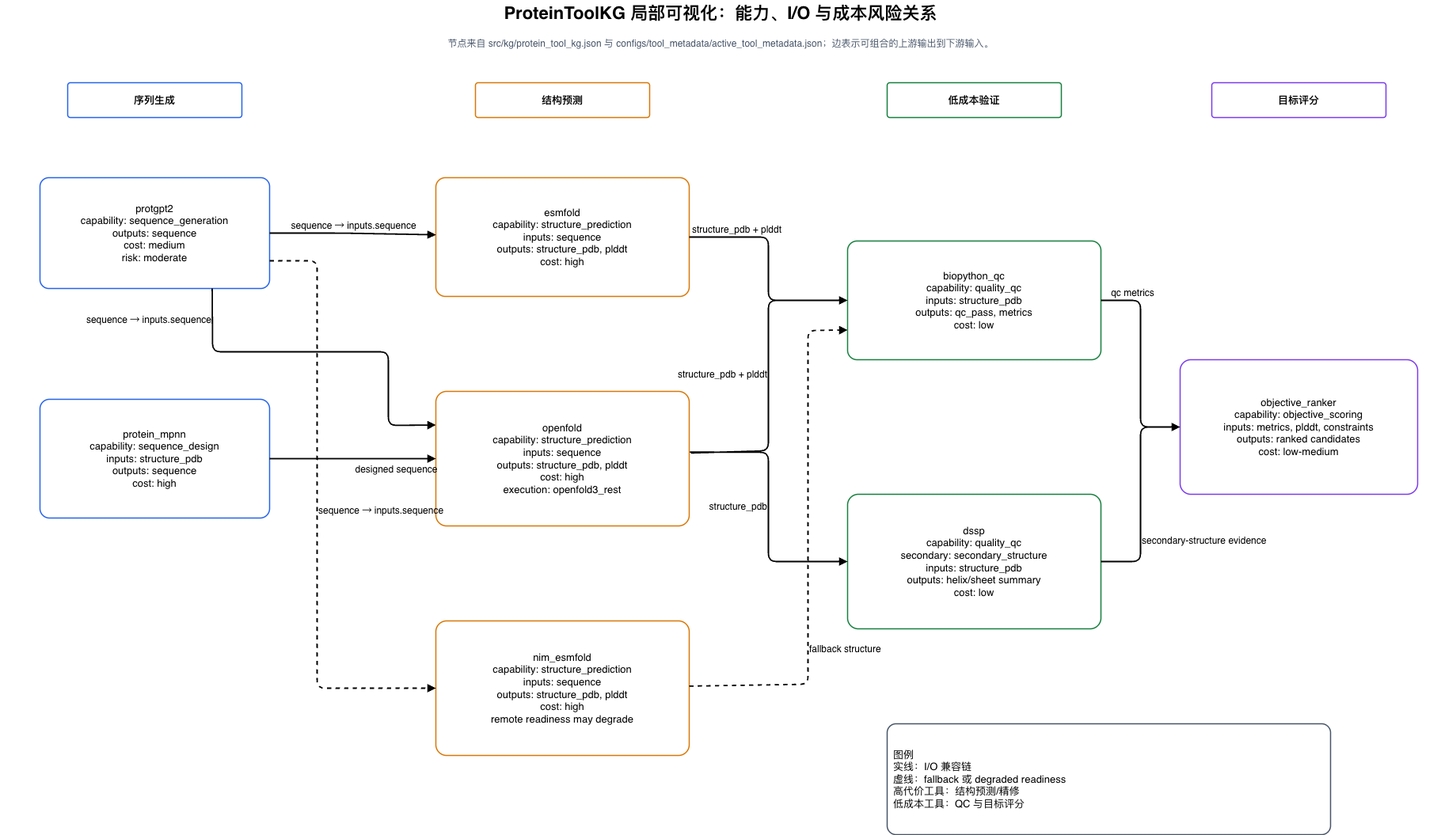
The draw.io diagram paper/figures/protein-toolkg-local-view.drawio.png in Yuri-Kon/thesis-project, before a commit. Source tidied: cells renumbered, new cells last; positions are measured from the earlier drawing's top-left corner, leaving out a move shared by most shapes.
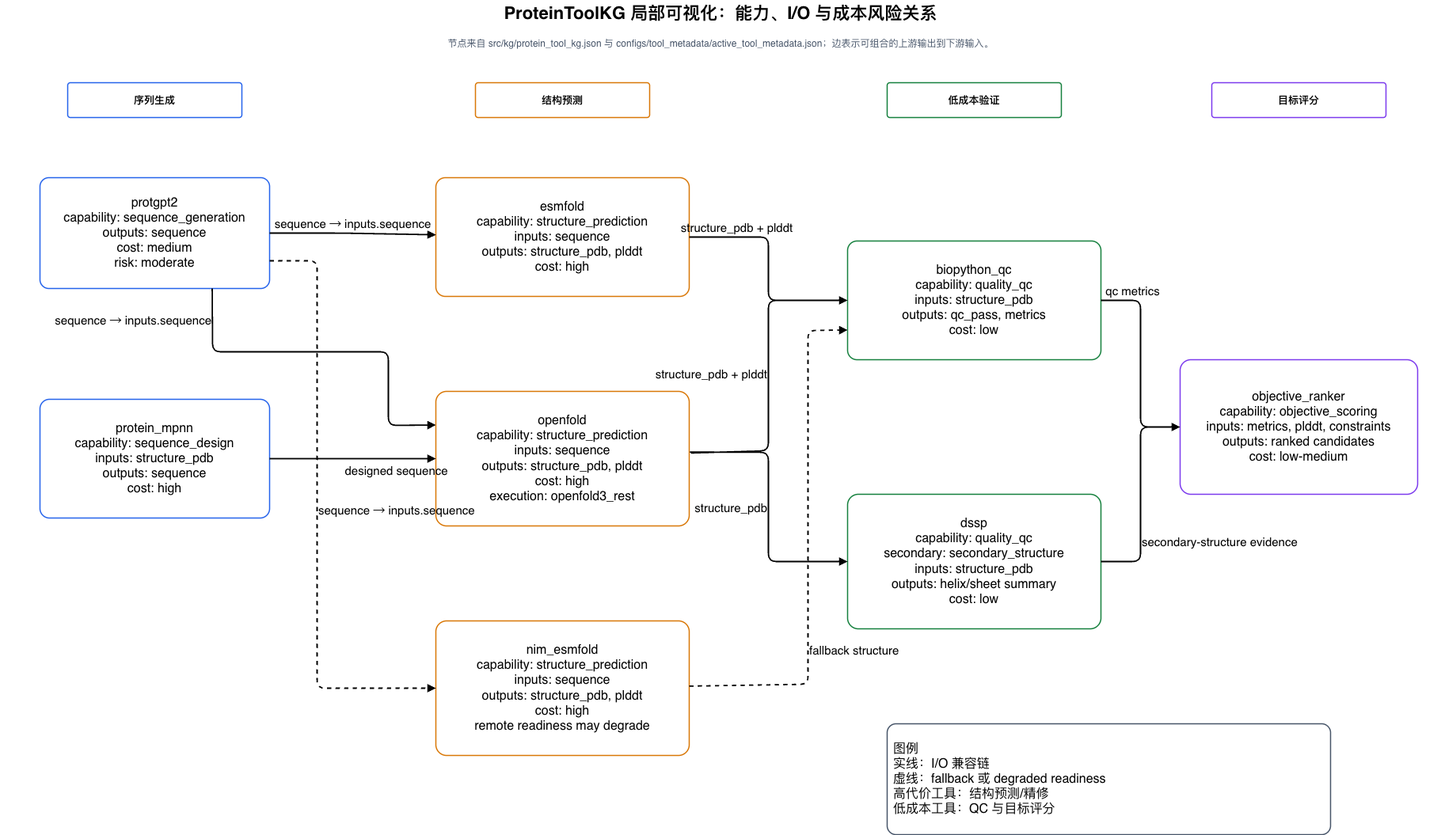
Above is the later version.

Diff of the diagram source:
```diff
@@ -20,38 +20,38 @@
     <mxCell id="7" value="目标评分" style="rounded=1;whiteSpace=wrap;html=1;arcSize=8;fillColor=#FFFFFF;strokeWidth=1.5;fontFamily=Helvetica;fontSize=13;align=center;verticalAlign=middle;spacing=8;strokeColor=#7C3AED;fontStyle=1;" parent="1" vertex="1">
       <mxGeometry x="1530" y="104" width="220" height="44" as="geometry" />
     </mxCell>
-    <mxCell id="8" value="protgpt2&lt;br&gt;capability: sequence_generation&lt;br&gt;outputs: sequence&lt;br&gt;cost: medium&lt;br&gt;risk: moderate" style="rounded=1;whiteSpace=wrap;html=1;arcSize=8;fillColor=#FFFFFF;strokeWidth=1.5;fontFamily=Helvetica;fontSize=13;align=center;verticalAlign=middle;spacing=8;strokeColor=#2563EB;" parent="1" vertex="1">
+    <mxCell id="8" value="protgpt2&lt;br&gt;capability: sequence_generation&lt;br&gt;outputs: sequence&lt;br&gt;cost: medium&lt;br&gt;risk: moderate" style="rounded=1;whiteSpace=wrap;html=1;arcSize=8;fillColor=#FFFFFF;strokeWidth=1.5;fontFamily=Helvetica;fontSize=16;align=center;verticalAlign=middle;spacing=8;strokeColor=#2563EB;" parent="1" vertex="1">
       <mxGeometry x="50" y="224" width="290" height="140" as="geometry" />
     </mxCell>
-    <mxCell id="9" value="protein_mpnn&lt;br&gt;capability: sequence_design&lt;br&gt;inputs: structure_pdb&lt;br&gt;outputs: sequence&lt;br&gt;cost: high" style="rounded=1;whiteSpace=wrap;html=1;arcSize=8;fillColor=#FFFFFF;strokeWidth=1.5;fontFamily=Helvetica;fontSize=13;align=center;verticalAlign=middle;spacing=8;strokeColor=#2563EB;" parent="1" vertex="1">
+    <mxCell id="9" value="protein_mpnn&lt;br&gt;capability: sequence_design&lt;br&gt;inputs: structure_pdb&lt;br&gt;outputs: sequence&lt;br&gt;cost: high" style="rounded=1;whiteSpace=wrap;html=1;arcSize=8;fillColor=#FFFFFF;strokeWidth=1.5;fontFamily=Helvetica;fontSize=16;align=center;verticalAlign=middle;spacing=8;strokeColor=#2563EB;" parent="1" vertex="1">
       <mxGeometry x="50" y="504" width="290" height="150" as="geometry" />
     </mxCell>
-    <mxCell id="10" value="esmfold&lt;br&gt;capability: structure_prediction&lt;br&gt;inputs: sequence&lt;br&gt;outputs: structure_pdb, plddt&lt;br&gt;cost: high" style="rounded=1;whiteSpace=wrap;html=1;arcSize=8;fillColor=#FFFFFF;strokeWidth=1.5;fontFamily=Helvetica;fontSize=13;align=center;verticalAlign=middle;spacing=8;strokeColor=#D97706;" parent="1" vertex="1">
+    <mxCell id="10" value="esmfold&lt;br&gt;capability: structure_prediction&lt;br&gt;inputs: sequence&lt;br&gt;outputs: structure_pdb, plddt&lt;br&gt;cost: high" style="rounded=1;whiteSpace=wrap;html=1;arcSize=8;fillColor=#FFFFFF;strokeWidth=1.5;fontFamily=Helvetica;fontSize=16;align=center;verticalAlign=middle;spacing=8;strokeColor=#D97706;" parent="1" vertex="1">
       <mxGeometry x="550" y="224" width="320" height="150" as="geometry" />
     </mxCell>
-    <mxCell id="11" value="openfold&lt;br&gt;capability: structure_prediction&lt;br&gt;inputs: sequence&lt;br&gt;outputs: structure_pdb, plddt&lt;br&gt;cost: high&lt;br&gt;execution: openfold3_rest" style="rounded=1;whiteSpace=wrap;html=1;arcSize=8;fillColor=#FFFFFF;strokeWidth=1.5;fontFamily=Helvetica;fontSize=13;align=center;verticalAlign=middle;spacing=8;strokeColor=#D97706;" parent="1" vertex="1">
+    <mxCell id="11" value="openfold&lt;br&gt;capability: structure_prediction&lt;br&gt;inputs: sequence&lt;br&gt;outputs: structure_pdb, plddt&lt;br&gt;cost: high&lt;br&gt;execution: openfold3_rest" style="rounded=1;whiteSpace=wrap;html=1;arcSize=8;fillColor=#FFFFFF;strokeWidth=1.5;fontFamily=Helvetica;fontSize=16;align=center;verticalAlign=middle;spacing=8;strokeColor=#D97706;" parent="1" vertex="1">
       <mxGeometry x="550" y="494" width="320" height="170" as="geometry" />
     </mxCell>
-    <mxCell id="12" value="nim_esmfold&lt;br&gt;capability: structure_prediction&lt;br&gt;inputs: sequence&lt;br&gt;outputs: structure_pdb, plddt&lt;br&gt;cost: high&lt;br&gt;remote readiness may degrade" style="rounded=1;whiteSpace=wrap;html=1;arcSize=8;fillColor=#FFFFFF;strokeWidth=1.5;fontFamily=Helvetica;fontSize=13;align=center;verticalAlign=middle;spacing=8;strokeColor=#D97706;" parent="1" vertex="1">
+    <mxCell id="12" value="nim_esmfold&lt;br&gt;capability: structure_prediction&lt;br&gt;inputs: sequence&lt;br&gt;outputs: structure_pdb, plddt&lt;br&gt;cost: high&lt;br&gt;remote readiness may degrade" style="rounded=1;whiteSpace=wrap;html=1;arcSize=8;fillColor=#FFFFFF;strokeWidth=1.5;fontFamily=Helvetica;fontSize=16;align=center;verticalAlign=middle;spacing=8;strokeColor=#D97706;" parent="1" vertex="1">
       <mxGeometry x="550" y="784" width="320" height="170" as="geometry" />
     </mxCell>
-    <mxCell id="13" value="biopython_qc&lt;br&gt;capability: quality_qc&lt;br&gt;inputs: structure_pdb&lt;br&gt;outputs: qc_pass, metrics&lt;br&gt;cost: low" style="rounded=1;whiteSpace=wrap;html=1;arcSize=8;fillColor=#FFFFFF;strokeWidth=1.5;fontFamily=Helvetica;fontSize=13;align=center;verticalAlign=middle;spacing=8;strokeColor=#15803D;" parent="1" vertex="1">
+    <mxCell id="13" value="biopython_qc&lt;br&gt;capability: quality_qc&lt;br&gt;inputs: structure_pdb&lt;br&gt;outputs: qc_pass, metrics&lt;br&gt;cost: low" style="rounded=1;whiteSpace=wrap;html=1;arcSize=8;fillColor=#FFFFFF;strokeWidth=1.5;fontFamily=Helvetica;fontSize=16;align=center;verticalAlign=middle;spacing=8;strokeColor=#15803D;" parent="1" vertex="1">
       <mxGeometry x="1070" y="304" width="320" height="150" as="geometry" />
     </mxCell>
-    <mxCell id="14" value="dssp&lt;br&gt;capability: quality_qc&lt;br&gt;secondary: secondary_structure&lt;br&gt;inputs: structure_pdb&lt;br&gt;outputs: helix/sheet summary&lt;br&gt;cost: low" style="rounded=1;whiteSpace=wrap;html=1;arcSize=8;fillColor=#FFFFFF;strokeWidth=1.5;fontFamily=Helvetica;fontSize=13;align=center;verticalAlign=middle;spacing=8;strokeColor=#15803D;" parent="1" vertex="1">
+    <mxCell id="14" value="dssp&lt;br&gt;capability: quality_qc&lt;br&gt;secondary: secondary_structure&lt;br&gt;inputs: structure_pdb&lt;br&gt;outputs: helix/sheet summary&lt;br&gt;cost: low" style="rounded=1;whiteSpace=wrap;html=1;arcSize=8;fillColor=#FFFFFF;strokeWidth=1.5;fontFamily=Helvetica;fontSize=16;align=center;verticalAlign=middle;spacing=8;strokeColor=#15803D;" parent="1" vertex="1">
       <mxGeometry x="1070" y="624" width="320" height="170" as="geometry" />
     </mxCell>
-    <mxCell id="15" value="objective_ranker&lt;br&gt;capability: objective_scoring&lt;br&gt;inputs: metrics, plddt, constraints&lt;br&gt;outputs: ranked candidates&lt;br&gt;cost: low-medium" style="rounded=1;whiteSpace=wrap;html=1;arcSize=8;fillColor=#FFFFFF;strokeWidth=1.5;fontFamily=Helvetica;fontSize=13;align=center;verticalAlign=middle;spacing=8;strokeColor=#7C3AED;" parent="1" vertex="1">
+    <mxCell id="15" value="objective_ranker&lt;br&gt;capability: objective_scoring&lt;br&gt;inputs: metrics, plddt, constraints&lt;br&gt;outputs: ranked candidates&lt;br&gt;cost: low-medium" style="rounded=1;whiteSpace=wrap;html=1;arcSize=8;fillColor=#FFFFFF;strokeWidth=1.5;fontFamily=Helvetica;fontSize=16;align=center;verticalAlign=middle;spacing=8;strokeColor=#7C3AED;" parent="1" vertex="1">
       <mxGeometry x="1490" y="454" width="300" height="170" as="geometry" />
     </mxCell>
-    <mxCell id="16" value="sequence → inputs.sequence" style="endArrow=block;html=1;rounded=1;strokeWidth=1.8;fontSize=12;fontFamily=Helvetica;labelBackgroundColor=none;labelPosition=center;verticalLabelPosition=top;align=center;verticalAlign=bottom;" parent="1" edge="1" source="8" target="10">
+    <mxCell id="16" value="sequence → inputs.sequence" style="endArrow=block;html=1;rounded=1;strokeWidth=1.8;fontSize=15;fontFamily=Helvetica;labelBackgroundColor=none;labelPosition=center;verticalLabelPosition=top;align=center;verticalAlign=bottom;" parent="1" edge="1" source="8" target="10">
       <mxGeometry relative="1" as="geometry">
         <Array as="points">
           <mxPoint x="430" y="294" />
         </Array>
       </mxGeometry>
     </mxCell>
-    <mxCell id="17" value="sequence → inputs.sequence" style="endArrow=block;html=1;rounded=1;strokeWidth=1.8;fontSize=12;fontFamily=Helvetica;labelBackgroundColor=none;entryX=0;entryY=0.25;entryDx=0;entryDy=0;exitX=0.75;exitY=1;exitDx=0;exitDy=0;labelPosition=left;verticalLabelPosition=middle;align=right;verticalAlign=middle;" parent="1" edge="1" source="8" target="11">
+    <mxCell id="17" value="sequence → inputs.sequence" style="endArrow=block;html=1;rounded=1;strokeWidth=1.8;fontSize=15;fontFamily=Helvetica;labelBackgroundColor=none;entryX=0;entryY=0.25;entryDx=0;entryDy=0;exitX=0.75;exitY=1;exitDx=0;exitDy=0;labelPosition=left;verticalLabelPosition=middle;align=right;verticalAlign=middle;" parent="1" edge="1" source="8" target="11">
       <mxGeometry x="-0.82" relative="1" as="geometry">
         <Array as="points">
           <mxPoint x="268" y="444" />
@@ -60,7 +60,7 @@
         </Array>
       </mxGeometry>
     </mxCell>
-    <mxCell id="18" value="sequence → inputs.sequence" style="endArrow=block;html=1;rounded=1;strokeWidth=1.8;fontSize=12;fontFamily=Helvetica;labelBackgroundColor=none;dashed=1;exitX=1;exitY=0.75;exitDx=0;exitDy=0;entryX=0;entryY=0.5;entryDx=0;entryDy=0;labelPosition=right;verticalLabelPosition=middle;align=left;verticalAlign=middle;" parent="1" edge="1" source="8" target="12">
+    <mxCell id="18" value="sequence → inputs.sequence" style="endArrow=block;html=1;rounded=1;strokeWidth=1.8;fontSize=15;fontFamily=Helvetica;labelBackgroundColor=none;dashed=1;exitX=1;exitY=0.75;exitDx=0;exitDy=0;entryX=0;entryY=0.5;entryDx=0;entryDy=0;labelPosition=right;verticalLabelPosition=middle;align=left;verticalAlign=middle;" parent="1" edge="1" source="8" target="12">
       <mxGeometry relative="1" as="geometry">
         <Array as="points">
           <mxPoint x="400" y="329" />
@@ -68,10 +68,10 @@
         </Array>
       </mxGeometry>
     </mxCell>
-    <mxCell id="19" value="designed sequence" style="endArrow=block;html=1;rounded=1;strokeWidth=1.8;fontSize=12;fontFamily=Helvetica;labelBackgroundColor=none;labelPosition=center;verticalLabelPosition=bottom;align=center;verticalAlign=top;" parent="1" edge="1" source="9" target="11">
+    <mxCell id="19" value="designed sequence" style="endArrow=block;html=1;rounded=1;strokeWidth=1.8;fontSize=15;fontFamily=Helvetica;labelBackgroundColor=none;labelPosition=center;verticalLabelPosition=bottom;align=center;verticalAlign=top;" parent="1" edge="1" source="9" target="11">
       <mxGeometry x="0.52" relative="1" as="geometry" />
     </mxCell>
-    <mxCell id="20" value="structure_pdb + plddt" style="endArrow=block;html=1;rounded=1;strokeWidth=1.8;fontSize=12;fontFamily=Helvetica;labelBackgroundColor=none;exitX=1;exitY=0.5;exitDx=0;exitDy=0;entryX=0;entryY=0.5;entryDx=0;entryDy=0;labelPosition=center;verticalLabelPosition=top;align=center;verticalAlign=bottom;" parent="1" edge="1" source="10" target="13">
+    <mxCell id="20" value="structure_pdb + plddt" style="endArrow=block;html=1;rounded=1;strokeWidth=1.8;fontSize=15;fontFamily=Helvetica;labelBackgroundColor=none;exitX=1;exitY=0.5;exitDx=0;exitDy=0;entryX=0;entryY=0.5;entryDx=0;entryDy=0;labelPosition=center;verticalLabelPosition=top;align=center;verticalAlign=bottom;" parent="1" edge="1" source="10" target="13">
       <mxGeometry x="-0.57" relative="1" as="geometry">
         <Array as="points">
           <mxPoint x="970" y="299" />
@@ -79,7 +79,7 @@
         </Array>
       </mxGeometry>
     </mxCell>
-    <mxCell id="21" value="structure_pdb + plddt" style="endArrow=block;html=1;rounded=1;strokeWidth=1.8;fontSize=12;fontFamily=Helvetica;labelBackgroundColor=none;exitX=1.006;exitY=0.458;exitDx=0;exitDy=0;exitPerimeter=0;entryX=0;entryY=0.5;entryDx=0;entryDy=0;labelPosition=left;verticalLabelPosition=middle;align=right;verticalAlign=middle;" parent="1" edge="1" source="11" target="13">
+    <mxCell id="21" value="structure_pdb + plddt" style="endArrow=block;html=1;rounded=1;strokeWidth=1.8;fontSize=15;fontFamily=Helvetica;labelBackgroundColor=none;exitX=1.006;exitY=0.458;exitDx=0;exitDy=0;exitPerimeter=0;entryX=0;entryY=0.5;entryDx=0;entryDy=0;labelPosition=left;verticalLabelPosition=middle;align=right;verticalAlign=middle;" parent="1" edge="1" source="11" target="13">
       <mxGeometry relative="1" as="geometry">
         <Array as="points">
           <mxPoint x="970" y="569" />
@@ -87,7 +87,7 @@
         </Array>
       </mxGeometry>
     </mxCell>
-    <mxCell id="22" value="structure_pdb" style="endArrow=block;html=1;rounded=1;strokeWidth=1.8;fontSize=12;fontFamily=Helvetica;labelBackgroundColor=none;exitX=1.002;exitY=0.451;exitDx=0;exitDy=0;exitPerimeter=0;entryX=0;entryY=0.5;entryDx=0;entryDy=0;labelPosition=left;verticalLabelPosition=middle;align=right;verticalAlign=middle;" parent="1" edge="1" source="11" target="14">
+    <mxCell id="22" value="structure_pdb" style="endArrow=block;html=1;rounded=1;strokeWidth=1.8;fontSize=15;fontFamily=Helvetica;labelBackgroundColor=none;exitX=1.002;exitY=0.451;exitDx=0;exitDy=0;exitPerimeter=0;entryX=0;entryY=0.5;entryDx=0;entryDy=0;labelPosition=left;verticalLabelPosition=middle;align=right;verticalAlign=middle;" parent="1" edge="1" source="11" target="14">
       <mxGeometry relative="1" as="geometry">
         <Array as="points">
           <mxPoint x="970" y="571" />
@@ -95,7 +95,7 @@
         </Array>
       </mxGeometry>
     </mxCell>
-    <mxCell id="23" value="fallback structure" style="endArrow=block;html=1;rounded=1;strokeWidth=1.8;fontSize=12;fontFamily=Helvetica;labelBackgroundColor=none;dashed=1;labelPosition=right;verticalLabelPosition=middle;align=left;verticalAlign=middle;entryX=0;entryY=0.75;entryDx=0;entryDy=0;" parent="1" edge="1" source="12" target="13">
+    <mxCell id="23" value="fallback structure" style="endArrow=block;html=1;rounded=1;strokeWidth=1.8;fontSize=15;fontFamily=Helvetica;labelBackgroundColor=none;dashed=1;labelPosition=right;verticalLabelPosition=middle;align=left;verticalAlign=middle;entryX=0;entryY=0.75;entryDx=0;entryDy=0;" parent="1" edge="1" source="12" target="13">
       <mxGeometry x="-0.4" relative="1" as="geometry">
         <Array as="points">
           <mxPoint x="1020" y="864" />
@@ -103,7 +103,7 @@
         </Array>
       </mxGeometry>
     </mxCell>
-    <mxCell id="24" value="qc metrics" style="endArrow=block;html=1;rounded=1;strokeWidth=1.8;fontSize=12;fontFamily=Helvetica;labelBackgroundColor=none;entryX=0;entryY=0.5;entryDx=0;entryDy=0;exitX=1;exitY=0.5;exitDx=0;exitDy=0;labelPosition=center;verticalLabelPosition=top;align=center;verticalAlign=bottom;" parent="1" edge="1" source="13" target="15">
+    <mxCell id="24" value="qc metrics" style="endArrow=block;html=1;rounded=1;strokeWidth=1.8;fontSize=15;fontFamily=Helvetica;labelBackgroundColor=none;entryX=0;entryY=0.5;entryDx=0;entryDy=0;exitX=1;exitY=0.5;exitDx=0;exitDy=0;labelPosition=center;verticalLabelPosition=top;align=center;verticalAlign=bottom;" parent="1" edge="1" source="13" target="15">
       <mxGeometry x="-0.69" relative="1" as="geometry">
         <Array as="points">
           <mxPoint x="1440" y="379" />
@@ -111,7 +111,7 @@
         </Array>
       </mxGeometry>
     </mxCell>
-    <mxCell id="25" value="secondary-structure evidence" style="endArrow=block;html=1;rounded=1;strokeWidth=1.8;fontSize=12;fontFamily=Helvetica;labelBackgroundColor=none;entryX=0;entryY=0.5;entryDx=0;entryDy=0;labelPosition=right;verticalLabelPosition=middle;align=left;verticalAlign=middle;" parent="1" edge="1" source="14" target="15">
+    <mxCell id="25" value="secondary-structure evidence" style="endArrow=block;html=1;rounded=1;strokeWidth=1.8;fontSize=15;fontFamily=Helvetica;labelBackgroundColor=none;entryX=0;entryY=0.5;entryDx=0;entryDy=0;labelPosition=right;verticalLabelPosition=middle;align=left;verticalAlign=middle;" parent="1" edge="1" source="14" target="15">
       <mxGeometry x="-0.44" relative="1" as="geometry">
         <Array as="points">
           <mxPoint x="1440" y="709" />
@@ -119,7 +119,7 @@
         </Array>
       </mxGeometry>
     </mxCell>
-    <mxCell id="26" value="图例&lt;br&gt;实线：I/O 兼容链&lt;br&gt;虚线：fallback 或 degraded readiness&lt;br&gt;高代价工具：结构预测/精修&lt;br&gt;低成本工具：QC 与目标评分" style="rounded=1;whiteSpace=wrap;html=1;arcSize=8;fillColor=#FFFFFF;strokeWidth=1.5;fontFamily=Helvetica;fontSize=13;align=center;verticalAlign=middle;spacing=8;strokeColor=#475569;align=left;" parent="1" vertex="1">
+    <mxCell id="26" value="图例&lt;br&gt;实线：I/O 兼容链&lt;br&gt;虚线：fallback 或 degraded readiness&lt;br&gt;高代价工具：结构预测/精修&lt;br&gt;低成本工具：QC 与目标评分" style="rounded=1;whiteSpace=wrap;html=1;arcSize=8;fillColor=#FFFFFF;strokeWidth=1.5;fontFamily=Helvetica;fontSize=16;align=center;verticalAlign=middle;spacing=8;strokeColor=#475569;align=left;" parent="1" vertex="1">
       <mxGeometry x="1120" y="914" width="560" height="140" as="geometry" />
     </mxCell>
   </root>
```
